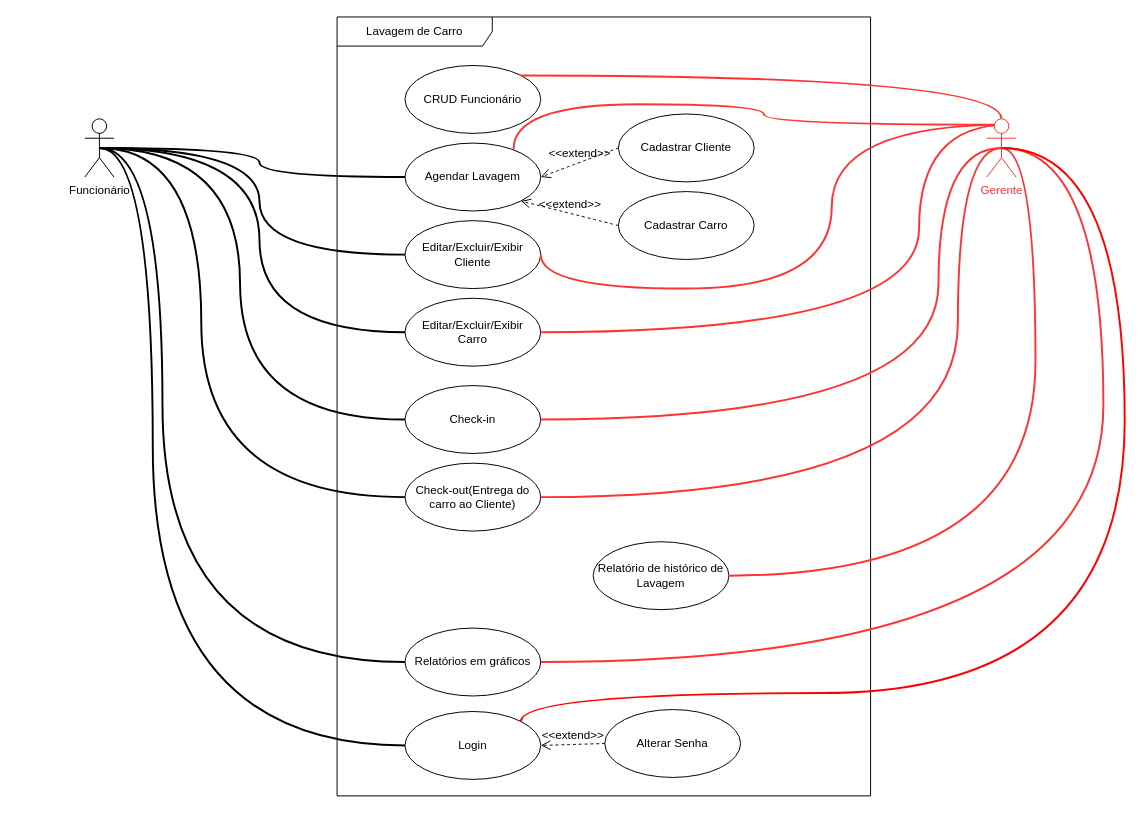
Earlier version of the draw.io diagram Caso_de_uso_LavagemCarro.drawio (PiSbards/AppLavaCar_TCC). Source tidied: cells renumbered, new cells numbered last; positions are measured from the earlier drawing's top-left corner, leaving out a move shared by most shapes. Both pictures are drawn from the tidied source at 97%, with x=0, y=0 at pixel (84, 16).
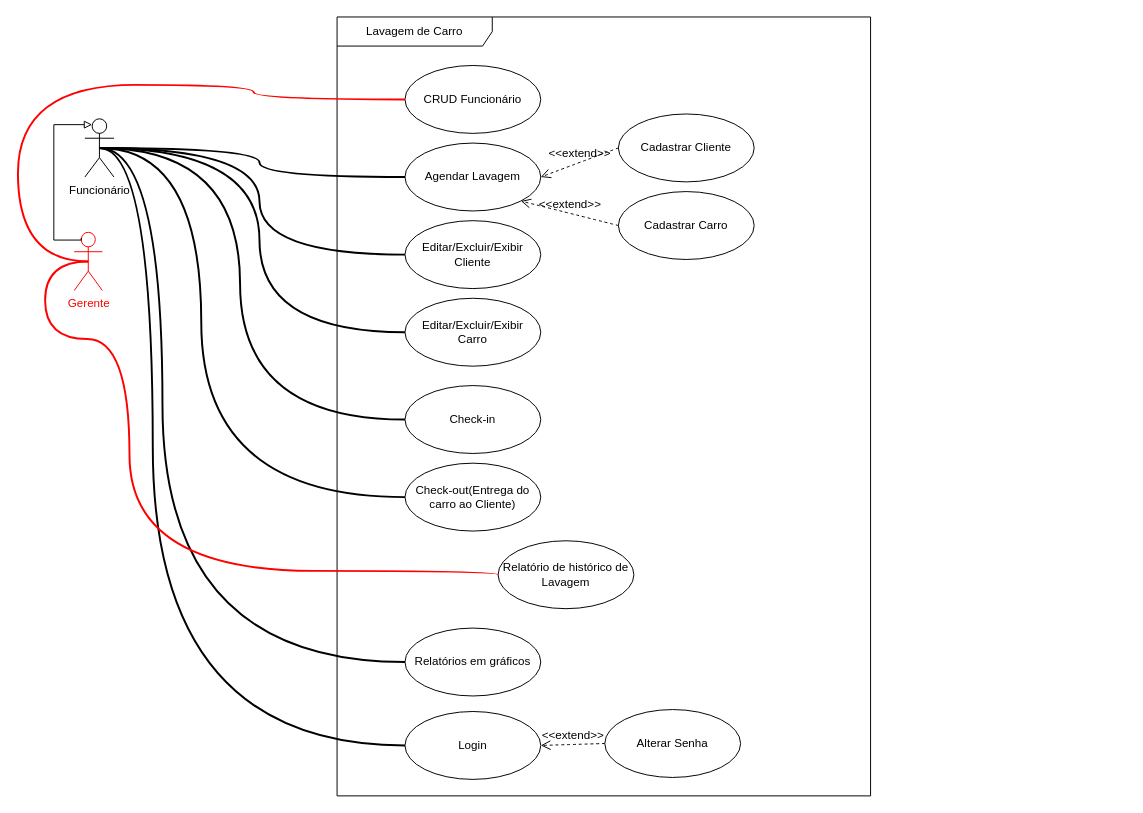
After the change.

Unchanged cells that the change refers to:
```xml
<mxCell id="2" value="Lavagem de Carro" style="shape=umlFrame;whiteSpace=wrap;html=1;width=160;" parent="1" vertex="1">
  <mxGeometry x="260" width="550" height="803" as="geometry" />
</mxCell>
<mxCell id="3" value="CRUD Funcionário" style="ellipse;whiteSpace=wrap;html=1;" parent="2" vertex="1">
  <mxGeometry x="70" y="50" width="140" height="70" as="geometry" />
</mxCell>
<mxCell id="4" value="Agendar Lavagem" style="ellipse;whiteSpace=wrap;html=1;" parent="2" vertex="1">
  <mxGeometry x="70" y="130" width="140" height="70" as="geometry" />
</mxCell>
<mxCell id="5" value="Editar/Excluir/Exibir&lt;div&gt;Cliente&lt;/div&gt;" style="ellipse;whiteSpace=wrap;html=1;" parent="2" vertex="1">
  <mxGeometry x="70" y="210" width="140" height="70" as="geometry" />
</mxCell>
<mxCell id="6" value="Check-in" style="ellipse;whiteSpace=wrap;html=1;" parent="2" vertex="1">
  <mxGeometry x="70" y="380" width="140" height="70" as="geometry" />
</mxCell>
<mxCell id="7" value="Check-out(Entrega do carro ao Cliente)" style="ellipse;whiteSpace=wrap;html=1;" parent="2" vertex="1">
  <mxGeometry x="70" y="460" width="140" height="70" as="geometry" />
</mxCell>
<mxCell id="9" value="Relatórios em gráficos" style="ellipse;whiteSpace=wrap;html=1;" parent="2" vertex="1">
  <mxGeometry x="70" y="630" width="140" height="70" as="geometry" />
</mxCell>
<mxCell id="12" value="Editar/Excluir/Exibir&lt;div&gt;Carro&lt;/div&gt;" style="ellipse;whiteSpace=wrap;html=1;" parent="2" vertex="1">
  <mxGeometry x="70" y="290" width="140" height="70" as="geometry" />
</mxCell>
<mxCell id="15" value="Login" style="ellipse;whiteSpace=wrap;html=1;" parent="2" vertex="1">
  <mxGeometry x="70" y="716" width="140" height="70" as="geometry" />
</mxCell>
<mxCell id="25" value="Funcionário" style="shape=umlActor;verticalLabelPosition=bottom;verticalAlign=top;html=1;" parent="1" vertex="1">
  <mxGeometry y="105" width="30" height="60" as="geometry" />
</mxCell>
```

Change to the diagram source:
```diff
@@
     <mxCell id="8" value="Relatório de histórico de Lavagem" style="ellipse;whiteSpace=wrap;html=1;" parent="2" vertex="1">
-      <mxGeometry x="264" y="541" width="140" height="70" as="geometry" />
+      <mxGeometry x="166" y="540" width="140" height="70" as="geometry" />
     </mxCell>
@@
-    <mxCell id="26" style="edgeStyle=orthogonalEdgeStyle;rounded=0;jettySize=auto;html=1;exitX=0.5;exitY=0;exitDx=0;exitDy=0;exitPerimeter=0;fontSize=12;startSize=8;endSize=8;curved=1;entryX=1;entryY=0;entryDx=0;entryDy=0;endArrow=none;endFill=0;strokeWidth=2;strokeColor=#FF3333;" parent="1" edge="1" source="35" target="3">
-      <mxGeometry relative="1" as="geometry" />
+    <mxCell id="26" style="edgeStyle=orthogonalEdgeStyle;rounded=0;jettySize=auto;html=1;exitX=0.5;exitY=0.5;exitDx=0;exitDy=0;exitPerimeter=0;entryX=0;entryY=0.5;entryDx=0;entryDy=0;curved=1;strokeWidth=2;strokeColor=#FF0000;endArrow=none;endFill=0;" parent="1" edge="1" source="35" target="3">
+      <mxGeometry relative="1" as="geometry">
+        <Array as="points">
+          <mxPoint x="-69" y="252" />
+          <mxPoint x="-69" y="70" />
+          <mxPoint x="174" y="70" />
+          <mxPoint x="174" y="85" />
+        </Array>
+      </mxGeometry>
     </mxCell>
-    <mxCell id="27" style="edgeStyle=orthogonalEdgeStyle;curved=1;rounded=0;jettySize=auto;html=1;exitX=0.25;exitY=0.1;exitDx=0;exitDy=0;exitPerimeter=0;entryX=0.8;entryY=0.086;entryDx=0;entryDy=0;fontSize=12;startSize=8;endSize=8;strokeColor=#FF3333;endArrow=none;endFill=0;entryPerimeter=0;strokeWidth=2;" parent="1" edge="1" source="35" target="4">
-      <mxGeometry relative="1" as="geometry">
-        <Array as="points">
-          <mxPoint x="700" y="111" />
-          <mxPoint x="700" y="90" />
-          <mxPoint x="442" y="90" />
-        </Array>
-      </mxGeometry>
-    </mxCell>
-    <mxCell id="28" style="edgeStyle=orthogonalEdgeStyle;curved=1;rounded=0;jettySize=auto;html=1;exitX=0.75;exitY=0.1;exitDx=0;exitDy=0;exitPerimeter=0;entryX=1;entryY=0.5;entryDx=0;entryDy=0;fontSize=12;startSize=8;endSize=8;strokeWidth=2;strokeColor=#FF3333;endArrow=none;endFill=0;" parent="1" edge="1" source="35" target="5">
-      <mxGeometry relative="1" as="geometry">
-        <Array as="points">
-          <mxPoint x="770" y="111" />
-          <mxPoint x="770" y="280" />
-          <mxPoint x="470" y="280" />
-        </Array>
-      </mxGeometry>
-    </mxCell>
-    <mxCell id="29" style="edgeStyle=orthogonalEdgeStyle;curved=1;rounded=0;jettySize=auto;html=1;exitX=0.75;exitY=0.1;exitDx=0;exitDy=0;exitPerimeter=0;entryX=1;entryY=0.5;entryDx=0;entryDy=0;fontSize=12;startSize=8;endSize=8;endArrow=none;endFill=0;strokeWidth=2;strokeColor=#FF3333;" parent="1" edge="1" source="35" target="12">
-      <mxGeometry relative="1" as="geometry">
-        <Array as="points">
-          <mxPoint x="860" y="111" />
-          <mxPoint x="860" y="325" />
-        </Array>
-      </mxGeometry>
-    </mxCell>
-    <mxCell id="30" style="edgeStyle=orthogonalEdgeStyle;curved=1;rounded=0;jettySize=auto;html=1;exitX=0.5;exitY=0.5;exitDx=0;exitDy=0;exitPerimeter=0;entryX=1;entryY=0.5;entryDx=0;entryDy=0;fontSize=12;startSize=8;endSize=8;strokeColor=#FF3333;strokeWidth=2;endArrow=none;endFill=0;" parent="1" edge="1" source="35" target="6">
-      <mxGeometry relative="1" as="geometry">
-        <Array as="points">
-          <mxPoint x="880" y="135" />
-          <mxPoint x="880" y="415" />
-        </Array>
-      </mxGeometry>
-    </mxCell>
-    <mxCell id="31" style="edgeStyle=orthogonalEdgeStyle;curved=1;rounded=0;jettySize=auto;html=1;exitX=0.5;exitY=0.5;exitDx=0;exitDy=0;exitPerimeter=0;entryX=1;entryY=0.5;entryDx=0;entryDy=0;fontSize=12;startSize=8;endSize=8;strokeWidth=2;strokeColor=#FF3333;endArrow=none;endFill=0;" parent="1" edge="1" source="35" target="7">
-      <mxGeometry relative="1" as="geometry">
-        <Array as="points">
-          <mxPoint x="900" y="135" />
-          <mxPoint x="900" y="495" />
-        </Array>
-      </mxGeometry>
-    </mxCell>
+    <mxCell id="35" value="&lt;font color=&quot;#ff0000&quot;&gt;Gerente&lt;/font&gt;" style="shape=umlActor;verticalLabelPosition=bottom;verticalAlign=top;html=1;strokeColor=#FF0000;" parent="1" vertex="1">
+      <mxGeometry x="-11" y="222" width="29" height="60" as="geometry" />
+    </mxCell>
-    <mxCell id="32" style="edgeStyle=orthogonalEdgeStyle;curved=1;rounded=0;jettySize=auto;html=1;exitX=0.5;exitY=0.5;exitDx=0;exitDy=0;exitPerimeter=0;entryX=1;entryY=0.5;entryDx=0;entryDy=0;fontSize=12;startSize=8;endSize=8;strokeWidth=2;endArrow=none;endFill=0;strokeColor=#FF3333;" parent="1" edge="1" source="35" target="8">
+    <mxCell id="32" style="edgeStyle=orthogonalEdgeStyle;curved=1;rounded=0;jettySize=auto;html=1;exitX=0.5;exitY=0.5;exitDx=0;exitDy=0;exitPerimeter=0;entryX=0;entryY=0.5;entryDx=0;entryDy=0;fontSize=12;startSize=8;endSize=8;strokeWidth=2;endArrow=none;endFill=0;strokeColor=#FF0000;" parent="1" edge="1" source="35" target="8">
       <mxGeometry relative="1" as="geometry">
         <Array as="points">
-          <mxPoint x="980" y="135" />
-          <mxPoint x="980" y="575" />
+          <mxPoint x="-41" y="252" />
+          <mxPoint x="-41" y="332" />
+          <mxPoint x="46" y="332" />
+          <mxPoint x="46" y="571" />
+          <mxPoint x="426" y="571" />
         </Array>
       </mxGeometry>
     </mxCell>
-    <mxCell id="33" style="edgeStyle=orthogonalEdgeStyle;curved=1;rounded=0;jettySize=auto;html=1;exitX=0.5;exitY=0.5;exitDx=0;exitDy=0;exitPerimeter=0;entryX=1;entryY=0.5;entryDx=0;entryDy=0;fontSize=12;startSize=8;endSize=8;endArrow=none;endFill=0;strokeColor=#FF3333;strokeWidth=2;" parent="1" edge="1" source="35" target="9">
-      <mxGeometry relative="1" as="geometry">
-        <Array as="points">
-          <mxPoint x="1050" y="135" />
-          <mxPoint x="1050" y="665" />
-        </Array>
-      </mxGeometry>
-    </mxCell>
-    <mxCell id="34" style="edgeStyle=orthogonalEdgeStyle;rounded=0;jettySize=auto;html=1;exitX=0.5;exitY=0.5;exitDx=0;exitDy=0;exitPerimeter=0;entryX=1;entryY=0;entryDx=0;entryDy=0;curved=1;endArrow=none;endFill=0;strokeColor=#FF0000;strokeWidth=2;" parent="1" edge="1" source="35" target="15">
-      <mxGeometry relative="1" as="geometry">
-        <Array as="points">
-          <mxPoint x="1072" y="135" />
-          <mxPoint x="1072" y="697" />
-          <mxPoint x="450" y="697" />
-        </Array>
-      </mxGeometry>
-    </mxCell>
-    <mxCell id="35" value="&lt;font color=&quot;#ff3333&quot;&gt;Gerente&lt;/font&gt;" style="shape=umlActor;verticalLabelPosition=bottom;verticalAlign=top;html=1;strokeColor=#FF3333;" parent="1" vertex="1">
-      <mxGeometry x="930" y="105" width="30" height="60" as="geometry" />
-    </mxCell>
+    <mxCell id="36" style="edgeStyle=orthogonalEdgeStyle;rounded=0;jettySize=auto;html=1;exitX=0.25;exitY=0.1;exitDx=0;exitDy=0;exitPerimeter=0;entryX=0.25;entryY=0.1;entryDx=0;entryDy=0;entryPerimeter=0;endArrow=block;endFill=0;" parent="1" edge="1" source="35" target="25">
+      <mxGeometry relative="1" as="geometry">
+        <Array as="points">
+          <mxPoint x="-4" y="230" />
+          <mxPoint x="-32" y="230" />
+          <mxPoint x="-32" y="111" />
+        </Array>
+      </mxGeometry>
+    </mxCell>
```
